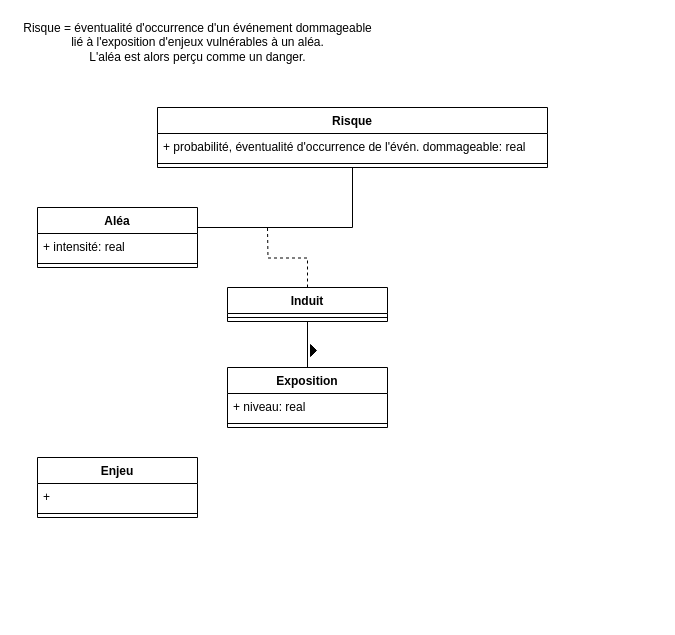
The draw.io diagram risk_association_class_Induit.drawio in EmmanuelRouxIRD/PROGYSAT-VecTrans, before the edit. Source tidied: cells renumbered, new cells numbered last; positions are measured from the earlier drawing's top-left corner, leaving out a move shared by most shapes. Both pictures are drawn from the tidied source at 100%, with x=0, y=0 at pixel (17, 17).
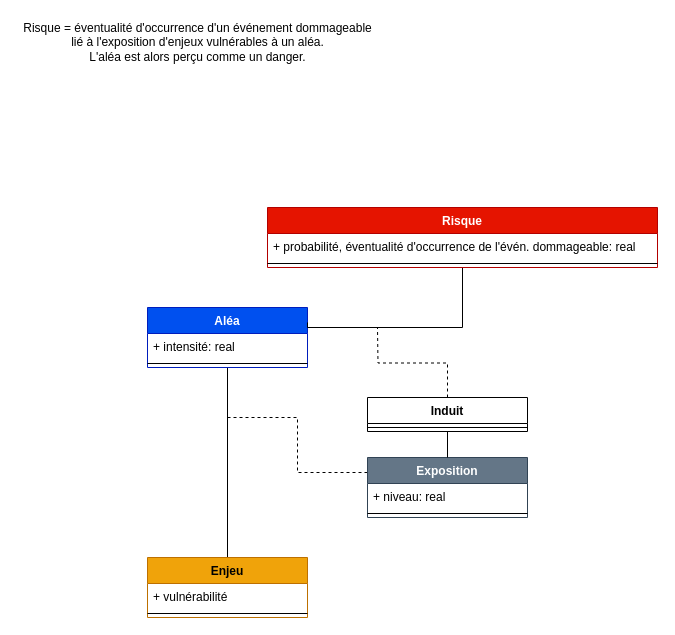
Above is the later version.

Commit message:
Mettre à jour risk_association_class_Induit.drawio

Change to the diagram source:
```diff
@@
+    <mxCell id="21" style="edgeStyle=elbowEdgeStyle;rounded=0;jettySize=auto;html=1;exitX=0;exitY=0.25;exitDx=0;exitDy=0;dashed=1;endArrow=none;endFill=0;" parent="1" edge="1" source="2">
+      <mxGeometry relative="1" as="geometry">
+        <mxPoint x="210" y="400" as="targetPoint" />
+      </mxGeometry>
+    </mxCell>
-    <mxCell id="2" value="Exposition" style="swimlane;fontStyle=1;align=center;verticalAlign=top;horizontal=1;startSize=26;" parent="1" vertex="1">
-      <mxGeometry x="210" y="350" width="160" height="60" as="geometry" />
+    <mxCell id="2" value="Exposition" style="swimlane;fontStyle=1;align=center;verticalAlign=top;horizontal=1;startSize=26;fillColor=#647687;fontColor=#ffffff;strokeColor=#314354;" parent="1" vertex="1">
+      <mxGeometry x="350" y="440" width="160" height="60" as="geometry" />
     </mxCell>
@@
+    <mxCell id="22" style="edgeStyle=orthogonalEdgeStyle;rounded=0;jettySize=auto;html=1;exitX=0.5;exitY=1;exitDx=0;exitDy=0;entryX=0.5;entryY=0;entryDx=0;entryDy=0;endArrow=none;endFill=0;" parent="1" edge="1" source="5" target="18">
+      <mxGeometry relative="1" as="geometry" />
+    </mxCell>
-    <mxCell id="5" value="Aléa" style="swimlane;fontStyle=1;align=center;verticalAlign=top;horizontal=1;startSize=26;" parent="1" vertex="1">
-      <mxGeometry x="20" y="190" width="160" height="60" as="geometry" />
+    <mxCell id="5" value="Aléa" style="swimlane;fontStyle=1;align=center;verticalAlign=top;horizontal=1;startSize=26;fillColor=#0050ef;fontColor=#ffffff;strokeColor=#001DBC;" parent="1" vertex="1">
+      <mxGeometry x="130" y="290" width="160" height="60" as="geometry" />
     </mxCell>
@@
     <mxCell id="8" style="edgeStyle=orthogonalEdgeStyle;rounded=0;jettySize=auto;html=1;exitX=0.5;exitY=0;exitDx=0;exitDy=0;endArrow=none;endFill=0;dashed=1;" parent="1" edge="1" source="10">
       <mxGeometry relative="1" as="geometry">
-        <mxPoint x="250" y="210" as="targetPoint" />
+        <mxPoint x="360" y="310" as="targetPoint" />
       </mxGeometry>
     </mxCell>
     <mxCell id="9" style="endArrow=none;html=1;rounded=0;align=center;verticalAlign=bottom;labelBackgroundColor=none;exitX=1;exitY=0.25;exitDx=0;exitDy=0;edgeStyle=elbowEdgeStyle;entryX=0.5;entryY=1;entryDx=0;entryDy=0;elbow=vertical;" parent="1" edge="1" source="5" target="15">
       <mxGeometry relative="1" as="geometry">
         <Array as="points">
-          <mxPoint x="270" y="210" />
+          <mxPoint x="380" y="310" />
         </Array>
       </mxGeometry>
     </mxCell>
     <mxCell id="10" value="Induit" style="swimlane;fontStyle=1;align=center;verticalAlign=top;horizontal=1;startSize=26;" parent="1" vertex="1">
-      <mxGeometry x="210" y="270" width="160" height="34" as="geometry" />
+      <mxGeometry x="350" y="380" width="160" height="34" as="geometry" />
     </mxCell>
@@
-    <mxCell id="12" style="triangle;fillColor=#000000;" parent="1" vertex="1">
-      <mxGeometry x="293" y="327" width="6" height="12" as="geometry" />
-    </mxCell>
@@
-    <mxCell id="15" value="Risque" style="swimlane;fontStyle=1;align=center;verticalAlign=top;horizontal=1;startSize=26;" parent="1" vertex="1">
-      <mxGeometry x="140" y="90" width="390" height="60" as="geometry" />
+    <mxCell id="15" value="Risque" style="swimlane;fontStyle=1;align=center;verticalAlign=top;horizontal=1;startSize=26;fillColor=#e51400;fontColor=#ffffff;strokeColor=#B20000;" parent="1" vertex="1">
+      <mxGeometry x="250" y="190" width="390" height="60" as="geometry" />
     </mxCell>
@@
-    <mxCell id="18" value="Enjeu" style="swimlane;fontStyle=1;align=center;verticalAlign=top;horizontal=1;startSize=26;" parent="1" vertex="1">
-      <mxGeometry x="20" y="440" width="160" height="60" as="geometry" />
+    <mxCell id="18" value="Enjeu" style="swimlane;fontStyle=1;align=center;verticalAlign=top;horizontal=1;startSize=26;fillColor=#f0a30a;fontColor=#000000;strokeColor=#BD7000;" parent="1" vertex="1">
+      <mxGeometry x="130" y="540" width="160" height="60" as="geometry" />
     </mxCell>
-    <mxCell id="19" value="+ " style="text;strokeColor=none;fillColor=none;align=left;verticalAlign=top;spacingLeft=4;spacingRight=4;overflow=hidden;" parent="18" vertex="1">
+    <mxCell id="19" value="+ vulnérabilité" style="text;strokeColor=none;fillColor=none;align=left;verticalAlign=top;spacingLeft=4;spacingRight=4;overflow=hidden;" parent="18" vertex="1">
       <mxGeometry y="26" width="160" height="26" as="geometry" />
     </mxCell>
```
